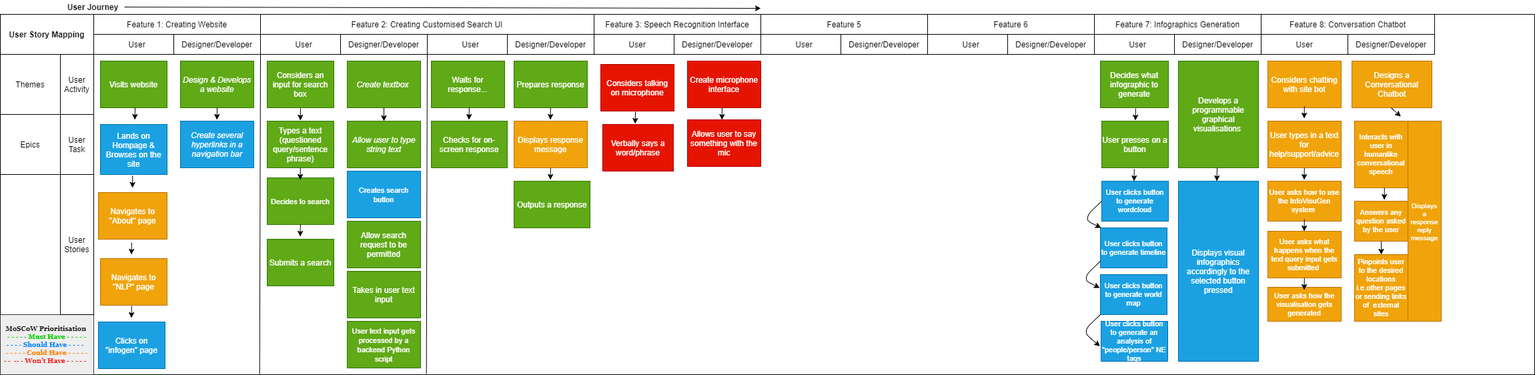
Earlier version of the draw.io export Documentation/Design/GIFT-User-Story-Mappings.png (John8790909/Generating-Infographics-from-Text). Source tidied: cells renumbered, new cells last; positions are measured from the earlier drawing's top-left corner, leaving out a move shared by most shapes.
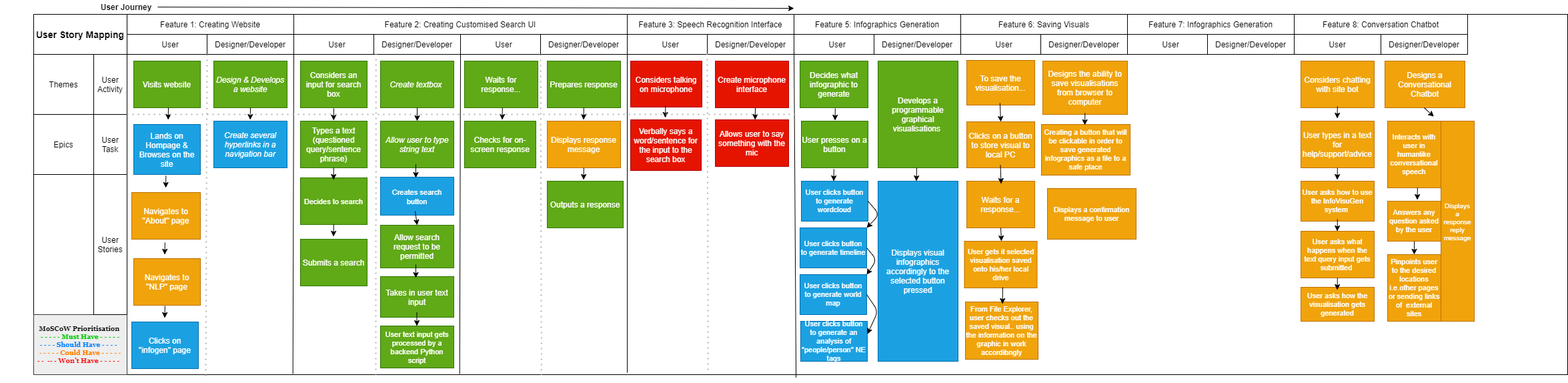
After the commit.

Change to the diagram source:
```diff
@@ -4,3 +4,3 @@
     <mxCell id="1" parent="0" />
-    <mxCell id="2" value="&lt;br&gt;&lt;br&gt;&lt;br&gt;" style="rounded=0;whiteSpace=wrap;html=1;" parent="1" vertex="1">
+    <mxCell id="2" style="rounded=0;whiteSpace=wrap;html=1;" parent="1" vertex="1">
       <mxGeometry y="21" width="2300" height="540" as="geometry" />
@@ -74,3 +74,3 @@
     <mxCell id="25" value="&lt;font style=&quot;font-size: 11px&quot;&gt;Creates search button&lt;/font&gt;" style="rounded=0;whiteSpace=wrap;html=1;fontColor=#ffffff;fillColor=#1ba1e2;strokeColor=#006EAF;" parent="1" vertex="1">
-      <mxGeometry x="520" y="256" width="110" height="70" as="geometry" />
+      <mxGeometry x="520" y="265" width="110" height="57" as="geometry" />
     </mxCell>
@@ -80,3 +80,3 @@
     <mxCell id="27" value="Allow search request to be permitted" style="rounded=0;whiteSpace=wrap;html=1;fillColor=#60a917;strokeColor=#2D7600;fontColor=#ffffff;" parent="1" vertex="1">
-      <mxGeometry x="520" y="331" width="110" height="70" as="geometry" />
+      <mxGeometry x="520" y="337" width="110" height="64" as="geometry" />
     </mxCell>
@@ -95,11 +95,11 @@
     <mxCell id="32" value="Takes in user text input" style="rounded=0;whiteSpace=wrap;labelBackgroundColor=none;fillColor=#60a917;strokeColor=#2D7600;fontColor=#ffffff;" parent="1" vertex="1">
-      <mxGeometry x="520" y="406" width="110" height="70" as="geometry" />
+      <mxGeometry x="520" y="414" width="110" height="61" as="geometry" />
     </mxCell>
     <mxCell id="33" value="&lt;font&gt;Checks for on-screen response&lt;/font&gt;" style="rounded=0;whiteSpace=wrap;html=1;fillColor=#60a917;strokeColor=#2D7600;fontColor=#FFFFFF;" parent="1" vertex="1">
-      <mxGeometry x="646" y="181" width="114" height="70" as="geometry" />
+      <mxGeometry x="646" y="181" width="107" height="70" as="geometry" />
     </mxCell>
-    <mxCell id="34" value="&lt;span style=&quot;font-family: &amp;#34;helvetica&amp;#34;&quot;&gt;&lt;font style=&quot;font-size: 11px&quot;&gt;User text input gets processed by a backend Python script&lt;/font&gt;&lt;/span&gt;" style="rounded=0;whiteSpace=wrap;html=1;labelBackgroundColor=none;fontColor=#ffffff;fillColor=#60a917;strokeColor=#2D7600;" parent="1" vertex="1">
-      <mxGeometry x="520" y="481" width="110" height="70" as="geometry" />
+    <mxCell id="34" value="&lt;span style=&quot;font-family: helvetica; font-size: 11px;&quot;&gt;&lt;font style=&quot;font-size: 11px&quot;&gt;User text input gets processed by a backend Python script&lt;/font&gt;&lt;/span&gt;" style="rounded=0;whiteSpace=wrap;html=1;labelBackgroundColor=none;fontColor=#ffffff;fillColor=#60a917;strokeColor=#2D7600;fontSize=11;" parent="1" vertex="1">
+      <mxGeometry x="520" y="488" width="110" height="63" as="geometry" />
     </mxCell>
-    <mxCell id="35" value="Feature 5" style="rounded=0;whiteSpace=wrap;html=1;" parent="1" vertex="1">
+    <mxCell id="35" value="Feature 5: Infographics Generation" style="rounded=0;whiteSpace=wrap;html=1;" parent="1" vertex="1">
       <mxGeometry x="1140" y="21" width="250" height="30" as="geometry" />
@@ -118,3 +118,3 @@
     </mxCell>
-    <mxCell id="40" value="Feature 6" style="rounded=0;whiteSpace=wrap;html=1;" parent="1" vertex="1">
+    <mxCell id="40" value="Feature 6: Saving Visuals" style="rounded=0;whiteSpace=wrap;html=1;" parent="1" vertex="1">
       <mxGeometry x="1390" y="21" width="250" height="30" as="geometry" />
@@ -128,21 +128,21 @@
     <mxCell id="43" value="Decides what infographic to generate" style="rounded=0;whiteSpace=wrap;html=1;fillColor=#60a917;strokeColor=#2D7600;fontColor=#FFFFFF;" parent="1" vertex="1">
-      <mxGeometry x="1649" y="91" width="102" height="70" as="geometry" />
+      <mxGeometry x="1149" y="91" width="102" height="70" as="geometry" />
     </mxCell>
     <mxCell id="44" value="&lt;font face=&quot;helvetica&quot;&gt;User presses on a button&lt;/font&gt;" style="rounded=0;whiteSpace=wrap;html=1;labelBackgroundColor=none;fontColor=#ffffff;fillColor=#60a917;strokeColor=#2D7600;" parent="1" vertex="1">
-      <mxGeometry x="1651" y="181" width="100" height="70" as="geometry" />
+      <mxGeometry x="1151" y="181" width="100" height="70" as="geometry" />
     </mxCell>
     <mxCell id="45" value="User clicks button to generate timeline" style="rounded=0;whiteSpace=wrap;html=1;labelBackgroundColor=none;fontColor=#ffffff;fillColor=#1ba1e2;strokeColor=#006EAF;fontSize=11;" parent="1" vertex="1">
-      <mxGeometry x="1649" y="341" width="100" height="60" as="geometry" />
+      <mxGeometry x="1149" y="341" width="100" height="60" as="geometry" />
     </mxCell>
     <mxCell id="46" value="User clicks button to generate wordcloud" style="rounded=0;whiteSpace=wrap;html=1;labelBackgroundColor=none;fontColor=#ffffff;fillColor=#1ba1e2;strokeColor=#006EAF;fontSize=11;" parent="1" vertex="1">
-      <mxGeometry x="1651" y="271" width="100" height="60" as="geometry" />
+      <mxGeometry x="1151" y="271" width="100" height="60" as="geometry" />
     </mxCell>
     <mxCell id="47" value="User clicks button to generate world map" style="rounded=0;whiteSpace=wrap;html=1;labelBackgroundColor=none;fontColor=#ffffff;fillColor=#1ba1e2;strokeColor=#006EAF;fontSize=11;" parent="1" vertex="1">
-      <mxGeometry x="1649" y="411" width="100" height="60" as="geometry" />
+      <mxGeometry x="1149" y="411" width="100" height="60" as="geometry" />
     </mxCell>
     <mxCell id="48" value="Develops a programmable graphical visualisations&amp;nbsp;" style="rounded=0;whiteSpace=wrap;html=1;labelBackgroundColor=none;fontColor=#ffffff;fillColor=#60a917;strokeColor=#2D7600;" parent="1" vertex="1">
-      <mxGeometry x="1766" y="91" width="120" height="160" as="geometry" />
+      <mxGeometry x="1266" y="91" width="120" height="160" as="geometry" />
     </mxCell>
     <mxCell id="49" value="Displays visual infographics accordingly to the selected button pressed" style="rounded=0;whiteSpace=wrap;html=1;labelBackgroundColor=none;fontColor=#ffffff;fillColor=#1ba1e2;strokeColor=#006EAF;" parent="1" vertex="1">
-      <mxGeometry x="1766" y="271" width="120" height="270" as="geometry" />
+      <mxGeometry x="1266" y="271" width="120" height="270" as="geometry" />
     </mxCell>
@@ -158,12 +158,12 @@
     <mxCell id="53" value="Considers talking on microphone" style="rounded=0;whiteSpace=wrap;html=1;labelBackgroundColor=none;fontColor=#ffffff;fillColor=#e51400;strokeColor=#B20000;" parent="1" vertex="1">
-      <mxGeometry x="900" y="96" width="110" height="70" as="geometry" />
+      <mxGeometry x="895" y="91" width="107" height="69" as="geometry" />
     </mxCell>
-    <mxCell id="54" value="Verbally says a word/phrase" style="rounded=0;whiteSpace=wrap;html=1;labelBackgroundColor=none;fontColor=#ffffff;fillColor=#e51400;strokeColor=#B20000;" parent="1" vertex="1">
-      <mxGeometry x="903" y="186" width="106" height="70" as="geometry" />
+    <mxCell id="54" value="Verbally says a word/sentence for the input to the search box" style="rounded=0;whiteSpace=wrap;html=1;labelBackgroundColor=none;fontColor=#ffffff;fillColor=#e51400;strokeColor=#B20000;" parent="1" vertex="1">
+      <mxGeometry x="895" y="179" width="106" height="76" as="geometry" />
     </mxCell>
     <mxCell id="55" value="Create microphone interface" style="rounded=0;whiteSpace=wrap;html=1;labelBackgroundColor=none;fontColor=#ffffff;fillColor=#e51400;strokeColor=#B20000;" parent="1" vertex="1">
-      <mxGeometry x="1030" y="91" width="110" height="70" as="geometry" />
+      <mxGeometry x="1022" y="91" width="110" height="70" as="geometry" />
     </mxCell>
     <mxCell id="56" value="Allows user to say something with the mic" style="rounded=0;whiteSpace=wrap;html=1;labelBackgroundColor=none;fontColor=#ffffff;fillColor=#e51400;strokeColor=#B20000;" parent="1" vertex="1">
-      <mxGeometry x="1030" y="179" width="110" height="70" as="geometry" />
+      <mxGeometry x="1022" y="179" width="110" height="70" as="geometry" />
     </mxCell>
@@ -193,3 +193,3 @@
     </mxCell>
-    <mxCell id="65" value="&lt;b&gt;User Story Mapping&lt;/b&gt;" style="text;html=1;strokeColor=none;fillColor=none;align=center;verticalAlign=middle;whiteSpace=wrap;rounded=0;" parent="1" vertex="1">
+    <mxCell id="65" value="&lt;b&gt;&lt;font style=&quot;font-size: 14px&quot;&gt;User Story Mapping&lt;/font&gt;&lt;/b&gt;" style="text;html=1;strokeColor=none;fillColor=none;align=center;verticalAlign=middle;whiteSpace=wrap;rounded=0;" parent="1" vertex="1">
       <mxGeometry y="41" width="140" height="20" as="geometry" />
@@ -230,4 +230,4 @@
       <mxGeometry relative="1" as="geometry">
-        <mxPoint x="952" y="167" as="sourcePoint" />
-        <mxPoint x="951.7" y="185" as="targetPoint" />
+        <mxPoint x="947.3" y="158" as="sourcePoint" />
+        <mxPoint x="947" y="176" as="targetPoint" />
       </mxGeometry>
@@ -290,4 +290,4 @@
       <mxGeometry relative="1" as="geometry">
-        <mxPoint x="1699.8" y="253" as="sourcePoint" />
-        <mxPoint x="1699.5" y="271" as="targetPoint" />
+        <mxPoint x="1199.8" y="253" as="sourcePoint" />
+        <mxPoint x="1199.5" y="271" as="targetPoint" />
       </mxGeometry>
@@ -296,12 +296,10 @@
       <mxGeometry relative="1" as="geometry">
-        <mxPoint x="1701.8" y="162" as="sourcePoint" />
-        <mxPoint x="1701.5" y="180" as="targetPoint" />
+        <mxPoint x="1201.8" y="162" as="sourcePoint" />
+        <mxPoint x="1201.5" y="180" as="targetPoint" />
       </mxGeometry>
     </mxCell>
-    <mxCell id="88" style="endArrow=classic;html=1;fontColor=#FFFFFF;exitX=0;exitY=0.5;exitDx=0;exitDy=0;" parent="1" edge="1" source="46">
+    <mxCell id="88" style="endArrow=classic;html=1;fontColor=#FFFFFF;exitX=1;exitY=0.5;exitDx=0;exitDy=0;entryX=1;entryY=0;entryDx=0;entryDy=0;" parent="1" edge="1" source="46" target="45">
       <mxGeometry relative="1" as="geometry">
-        <mxPoint x="1650" y="341" as="targetPoint" />
         <Array as="points">
-          <mxPoint x="1630" y="321" />
-          <mxPoint x="1630" y="331" />
+          <mxPoint x="1268" y="321" />
         </Array>
@@ -309,9 +307,6 @@
     </mxCell>
-    <mxCell id="89" style="endArrow=classic;html=1;fontColor=#FFFFFF;exitX=0;exitY=0.5;exitDx=0;exitDy=0;" parent="1" edge="1">
+    <mxCell id="89" style="endArrow=classic;html=1;fontColor=#FFFFFF;entryX=1;entryY=0;entryDx=0;entryDy=0;exitX=1;exitY=0.5;exitDx=0;exitDy=0;" parent="1" edge="1" source="45" target="47">
       <mxGeometry relative="1" as="geometry">
-        <mxPoint x="1649" y="391" as="sourcePoint" />
-        <mxPoint x="1648" y="431" as="targetPoint" />
         <Array as="points">
-          <mxPoint x="1628" y="411" />
-          <mxPoint x="1628" y="421" />
+          <mxPoint x="1264" y="389" />
         </Array>
@@ -320,11 +315,9 @@
     <mxCell id="90" value="User clicks button to generate an analysis of &quot;people/person&quot; NE tags" style="rounded=0;whiteSpace=wrap;html=1;labelBackgroundColor=none;fontColor=#ffffff;fillColor=#1ba1e2;strokeColor=#006EAF;fontSize=11;" parent="1" vertex="1">
-      <mxGeometry x="1650" y="481" width="100" height="60" as="geometry" />
+      <mxGeometry x="1150" y="481" width="100" height="60" as="geometry" />
     </mxCell>
-    <mxCell id="91" style="endArrow=classic;html=1;fontColor=#FFFFFF;exitX=0;exitY=0.5;exitDx=0;exitDy=0;entryX=0.014;entryY=0.124;entryDx=0;entryDy=0;entryPerimeter=0;" parent="1" edge="1">
+    <mxCell id="91" style="endArrow=classic;html=1;fontColor=#FFFFFF;exitX=1;exitY=0.5;exitDx=0;exitDy=0;" parent="1" edge="1" source="47">
       <mxGeometry relative="1" as="geometry">
-        <mxPoint x="1649" y="471" as="sourcePoint" />
-        <mxPoint x="1648.4" y="518.4" as="targetPoint" />
+        <mxPoint x="1250" y="500" as="targetPoint" />
         <Array as="points">
-          <mxPoint x="1628" y="491" />
-          <mxPoint x="1628" y="501" />
+          <mxPoint x="1266" y="466" />
         </Array>
@@ -334,3 +327,3 @@
       <mxGeometry relative="1" as="geometry">
-        <mxPoint x="1823.5" y="271" as="targetPoint" />
+        <mxPoint x="1323.5" y="271" as="targetPoint" />
       </mxGeometry>
@@ -418,2 +411,110 @@
     </mxCell>
+    <mxCell id="109" value="Text" style="text;html=1;align=center;verticalAlign=middle;fontSize=10;fontColor=#FFFFFF;" parent="1" vertex="1">
+      <mxGeometry x="-50" y="553" width="40" height="20" as="geometry" />
+    </mxCell>
+    <mxCell id="110" style="endArrow=none;html=1;fontSize=10;fontColor=#FFFFFF;entryX=1;entryY=0.75;entryDx=0;entryDy=0;exitX=0.497;exitY=1.008;exitDx=0;exitDy=0;exitPerimeter=0;" parent="1" edge="1" source="2" target="31">
+      <mxGeometry relative="1" as="geometry" />
+    </mxCell>
+    <mxCell id="111" style="endArrow=none;html=1;fontSize=10;fontColor=#FFFFFF;entryX=1;entryY=1;entryDx=0;entryDy=0;" parent="1" edge="1" target="24">
+      <mxGeometry relative="1" as="geometry">
+        <mxPoint x="890" y="558" as="sourcePoint" />
+      </mxGeometry>
+    </mxCell>
+    <mxCell id="112" style="endArrow=classic;html=1;fontColor=#FFFFFF;exitX=0.5;exitY=1;exitDx=0;exitDy=0;" parent="1" edge="1">
+      <mxGeometry relative="1" as="geometry">
+        <mxPoint x="573" y="246" as="sourcePoint" />
+        <mxPoint x="573" y="266" as="targetPoint" />
+      </mxGeometry>
+    </mxCell>
+    <mxCell id="113" style="endArrow=classic;html=1;fontColor=#FFFFFF;entryX=0.5;entryY=0;entryDx=0;entryDy=0;" parent="1" edge="1" target="27">
+      <mxGeometry relative="1" as="geometry">
+        <mxPoint x="572" y="316" as="sourcePoint" />
+      </mxGeometry>
+    </mxCell>
+    <mxCell id="114" style="endArrow=classic;html=1;fontColor=#FFFFFF;exitX=0.5;exitY=1;exitDx=0;exitDy=0;" parent="1" edge="1">
+      <mxGeometry relative="1" as="geometry">
+        <mxPoint x="573" y="396" as="sourcePoint" />
+        <mxPoint x="573" y="416" as="targetPoint" />
+      </mxGeometry>
+    </mxCell>
+    <mxCell id="115" style="endArrow=classic;html=1;fontColor=#FFFFFF;exitX=0.5;exitY=1;exitDx=0;exitDy=0;" parent="1" edge="1">
+      <mxGeometry relative="1" as="geometry">
+        <mxPoint x="574.5" y="468" as="sourcePoint" />
+        <mxPoint x="574.5" y="488" as="targetPoint" />
+      </mxGeometry>
+    </mxCell>
+    <mxCell id="116" style="endArrow=none;dashed=1;html=1;dashPattern=1 3;strokeWidth=2;fontSize=11;fontColor=#FFFFFF;exitX=0;exitY=0;exitDx=0;exitDy=0;strokeColor=#B3B3B3;" parent="1" edge="1" source="4">
+      <mxGeometry relative="1" as="geometry">
+        <mxPoint x="1142" y="171" as="targetPoint" />
+      </mxGeometry>
+    </mxCell>
+    <mxCell id="117" style="endArrow=none;dashed=1;html=1;dashPattern=1 3;strokeWidth=2;fontSize=11;fontColor=#FFFFFF;exitX=0;exitY=1;exitDx=0;exitDy=0;strokeColor=#B3B3B3;" parent="1" edge="1" source="12">
+      <mxGeometry relative="1" as="geometry">
+        <mxPoint x="258" y="563" as="targetPoint" />
+      </mxGeometry>
+    </mxCell>
+    <mxCell id="118" style="endArrow=none;dashed=1;html=1;dashPattern=1 3;strokeWidth=2;fontSize=11;fontColor=#FFFFFF;exitX=0.949;exitY=0.967;exitDx=0;exitDy=0;strokeColor=#B3B3B3;exitPerimeter=0;entryX=0.223;entryY=1;entryDx=0;entryDy=0;entryPerimeter=0;" parent="1" edge="1" source="16" target="2">
+      <mxGeometry relative="1" as="geometry" />
+    </mxCell>
+    <mxCell id="119" style="endArrow=none;dashed=1;html=1;dashPattern=1 3;strokeWidth=2;fontSize=11;fontColor=#FFFFFF;exitX=0;exitY=1;exitDx=0;exitDy=0;strokeColor=#B3B3B3;entryX=0.331;entryY=1.001;entryDx=0;entryDy=0;entryPerimeter=0;" parent="1" edge="1" source="24" target="2">
+      <mxGeometry relative="1" as="geometry" />
+    </mxCell>
+    <mxCell id="120" style="endArrow=none;dashed=1;html=1;dashPattern=1 3;strokeWidth=2;fontSize=11;fontColor=#FFFFFF;exitX=0;exitY=1;exitDx=0;exitDy=0;strokeColor=#B3B3B3;entryX=0.331;entryY=1.001;entryDx=0;entryDy=0;entryPerimeter=0;" parent="1" edge="1">
+      <mxGeometry relative="1" as="geometry">
+        <mxPoint x="1010" y="80" as="sourcePoint" />
+        <mxPoint x="1011.3" y="560.5" as="targetPoint" />
+      </mxGeometry>
+    </mxCell>
+    <mxCell id="121" value="To save the visualisation..." style="rounded=0;whiteSpace=wrap;html=1;fillColor=#f0a30a;strokeColor=#BD7000;fontColor=#ffffff;" parent="1" vertex="1">
+      <mxGeometry x="1399" y="90" width="102" height="67" as="geometry" />
+    </mxCell>
+    <mxCell id="122" value="Clicks on a button to store visual to local PC" style="rounded=0;whiteSpace=wrap;html=1;fillColor=#f0a30a;strokeColor=#BD7000;fontColor=#ffffff;" parent="1" vertex="1">
+      <mxGeometry x="1399" y="182" width="102" height="69" as="geometry" />
+    </mxCell>
+    <mxCell id="123" style="endArrow=classic;html=1;fontColor=#FFFFFF;exitX=0.5;exitY=1;exitDx=0;exitDy=0;entryX=0.5;entryY=0;entryDx=0;entryDy=0;" parent="1" edge="1" target="122">
+      <mxGeometry relative="1" as="geometry">
+        <mxPoint x="1448.8" y="154" as="sourcePoint" />
+      </mxGeometry>
+    </mxCell>
+    <mxCell id="124" value="Designs the ability to save visualisations from browser to computer" style="rounded=0;whiteSpace=wrap;html=1;fillColor=#f0a30a;strokeColor=#BD7000;fontColor=#ffffff;" parent="1" vertex="1">
+      <mxGeometry x="1513" y="91" width="127" height="80" as="geometry" />
+    </mxCell>
+    <mxCell id="125" value="Creating a button that will be clickable in order to save generated infographics as a file to a safe place" style="rounded=0;whiteSpace=wrap;html=1;fillColor=#f0a30a;strokeColor=#BD7000;fontColor=#ffffff;fontSize=11;" parent="1" vertex="1">
+      <mxGeometry x="1511" y="186" width="133" height="76" as="geometry" />
+    </mxCell>
+    <mxCell id="126" style="endArrow=classic;html=1;fontColor=#FFFFFF;exitX=0.5;exitY=1;exitDx=0;exitDy=0;" parent="1" edge="1">
+      <mxGeometry relative="1" as="geometry">
+        <mxPoint x="1576.3" y="169" as="sourcePoint" />
+        <mxPoint x="1576" y="187" as="targetPoint" />
+      </mxGeometry>
+    </mxCell>
+    <mxCell id="127" value="Waits for a response..." style="rounded=0;whiteSpace=wrap;html=1;fillColor=#f0a30a;strokeColor=#BD7000;fontColor=#ffffff;" parent="1" vertex="1">
+      <mxGeometry x="1399" y="271" width="102" height="70" as="geometry" />
+    </mxCell>
+    <mxCell id="128" style="endArrow=classic;html=1;fontColor=#FFFFFF;exitX=0.5;exitY=1;exitDx=0;exitDy=0;entryX=0.5;entryY=0;entryDx=0;entryDy=0;" parent="1" edge="1">
+      <mxGeometry relative="1" as="geometry">
+        <mxPoint x="1449.4" y="247" as="sourcePoint" />
+        <mxPoint x="1450.6" y="275" as="targetPoint" />
+      </mxGeometry>
+    </mxCell>
+    <mxCell id="129" style="endArrow=classic;html=1;fontColor=#FFFFFF;exitX=0.5;exitY=1;exitDx=0;exitDy=0;" parent="1" edge="1" source="127">
+      <mxGeometry relative="1" as="geometry">
+        <mxPoint x="1451" y="361" as="targetPoint" />
+      </mxGeometry>
+    </mxCell>
+    <mxCell id="130" value="User gets it selected visualisation saved onto his/her local drive" style="rounded=0;whiteSpace=wrap;html=1;fillColor=#f0a30a;strokeColor=#BD7000;fontColor=#ffffff;fontSize=11;" parent="1" vertex="1">
+      <mxGeometry x="1395.5" y="361" width="109" height="70" as="geometry" />
+    </mxCell>
+    <mxCell id="131" value="Displays a confirmation message to user" style="rounded=0;whiteSpace=wrap;html=1;fillColor=#f0a30a;strokeColor=#BD7000;fontColor=#ffffff;fontSize=11;" parent="1" vertex="1">
+      <mxGeometry x="1520" y="282" width="133" height="76" as="geometry" />
+    </mxCell>
+    <mxCell id="132" value="From File Explorer, user checks out the saved visual.. using the information on the graphic in work accordibngly" style="rounded=0;whiteSpace=wrap;html=1;fillColor=#f0a30a;strokeColor=#BD7000;fontColor=#ffffff;fontSize=11;" parent="1" vertex="1">
+      <mxGeometry x="1397" y="452" width="109" height="86" as="geometry" />
+    </mxCell>
+    <mxCell id="133" style="endArrow=classic;html=1;fontColor=#FFFFFF;entryX=0.5;entryY=0;entryDx=0;entryDy=0;" parent="1" edge="1">
+      <mxGeometry relative="1" as="geometry">
+        <mxPoint x="1453" y="430" as="sourcePoint" />
+        <mxPoint x="1452.6" y="455" as="targetPoint" />
+      </mxGeometry>
+    </mxCell>
   </root>
```
